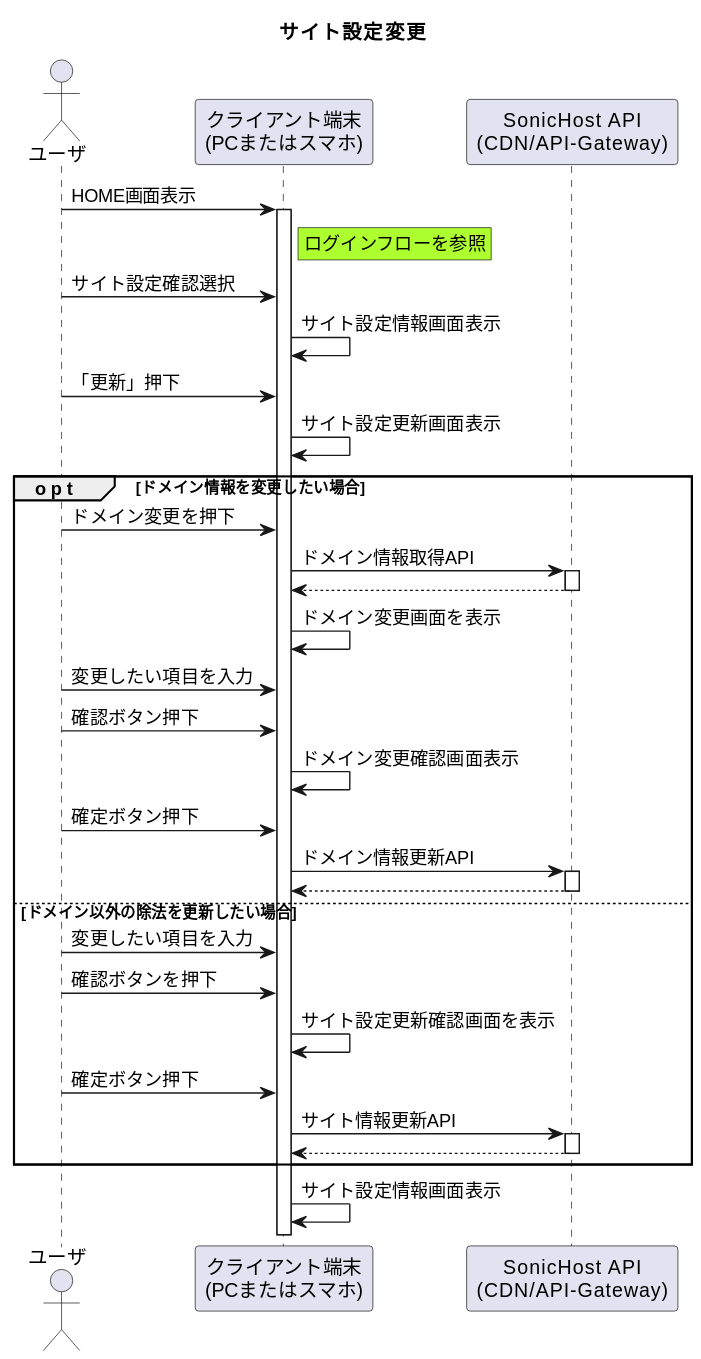
This is 01_Sequences/03_SiteRegistration/02_changeSiteSetting/changeSiteSettingFlow.svg from Sonic-Host/documents, a PlantUML export, as it was before one commit.
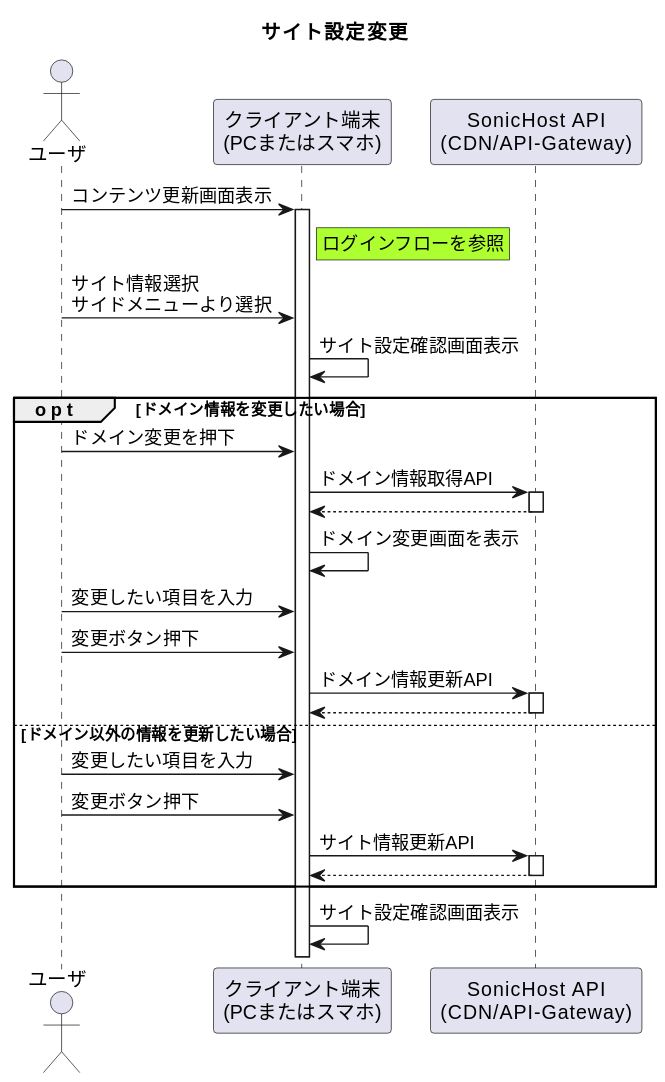
Above is the later version.

What changed in the source:
```diff
@@ -5,14 +5,12 @@
 participant "クライアント端末\n(PCまたはスマホ)" as device
 participant "SonicHost API\n(CDN/API-Gateway)" as api
 
-user -> device ++: HOME画面表示
+user -> device ++: コンテンツ更新画面表示
 rnote right of device #GreenYellow
     ログインフローを参照
 end note
-user -> device : サイト設定確認選択
-device -> device : サイト設定情報画面表示
-user -> device : 「更新」押下
-device -> device : サイト設定更新画面表示
+user -> device : サイト情報選択\nサイドメニューより選択
+device -> device : サイト設定確認画面表示
 
 opt ドメイン情報を変更したい場合
     user -> device : ドメイン変更を押下
@@ -20,18 +18,14 @@
     device <-- api --
     device -> device : ドメイン変更画面を表示
     user -> device : 変更したい項目を入力
-    user -> device : 確認ボタン押下
-    device -> device : ドメイン変更確認画面表示
-    user -> device : 確定ボタン押下
+    user -> device : 変更ボタン押下
     device -> api ++ : ドメイン情報更新API
     device <-- api --
-else ドメイン以外の除法を更新したい場合
+else ドメイン以外の情報を更新したい場合
     user -> device : 変更したい項目を入力
-    user -> device : 確認ボタンを押下
-    device -> device : サイト設定更新確認画面を表示
-    user -> device : 確定ボタン押下
+    user -> device : 変更ボタン押下
     device -> api ++ : サイト情報更新API
     device <-- api --
 end
-device -> device : サイト設定情報画面表示
+device -> device : サイト設定確認画面表示
 @enduml
```
